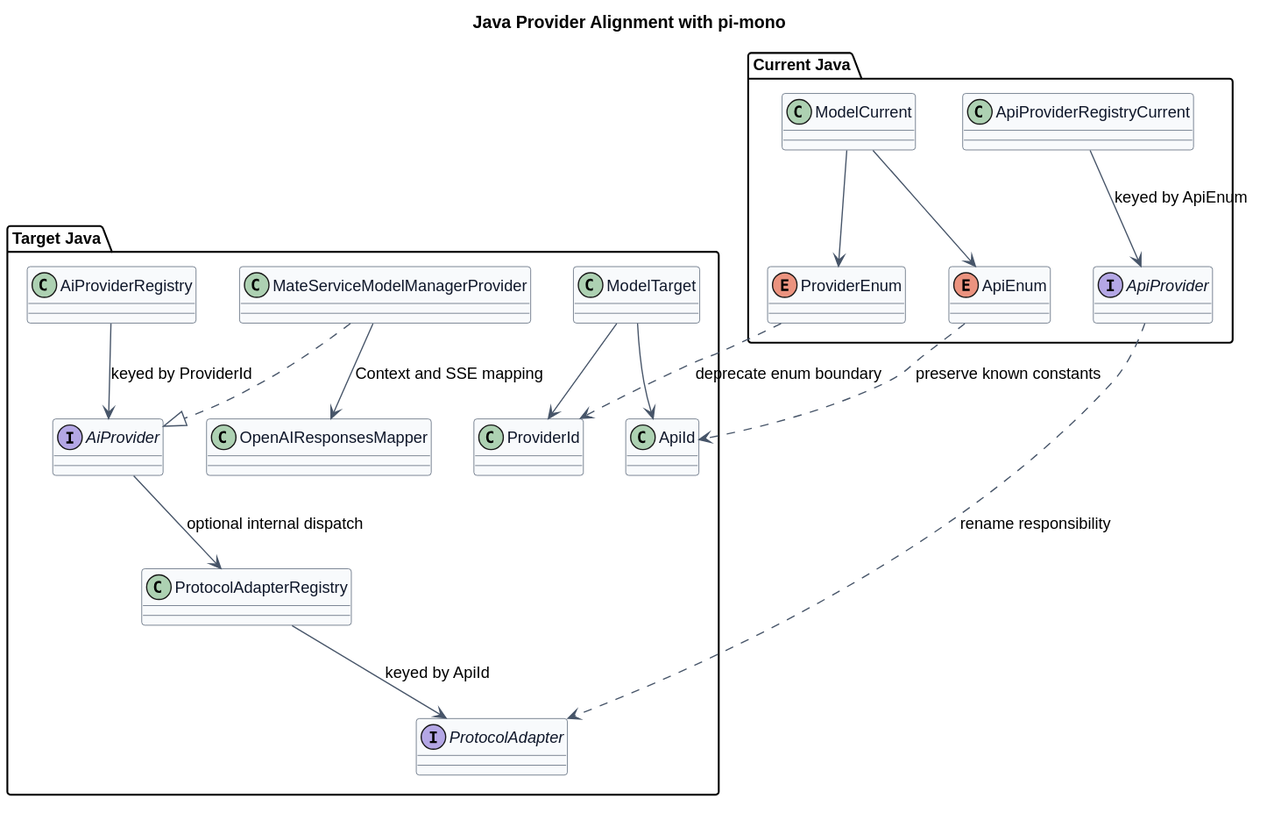
This is model-manager-provider-contract/java_provider_alignment.svg from ssm0808/pi-mono-java-design, a PlantUML export, as it was before one commit.
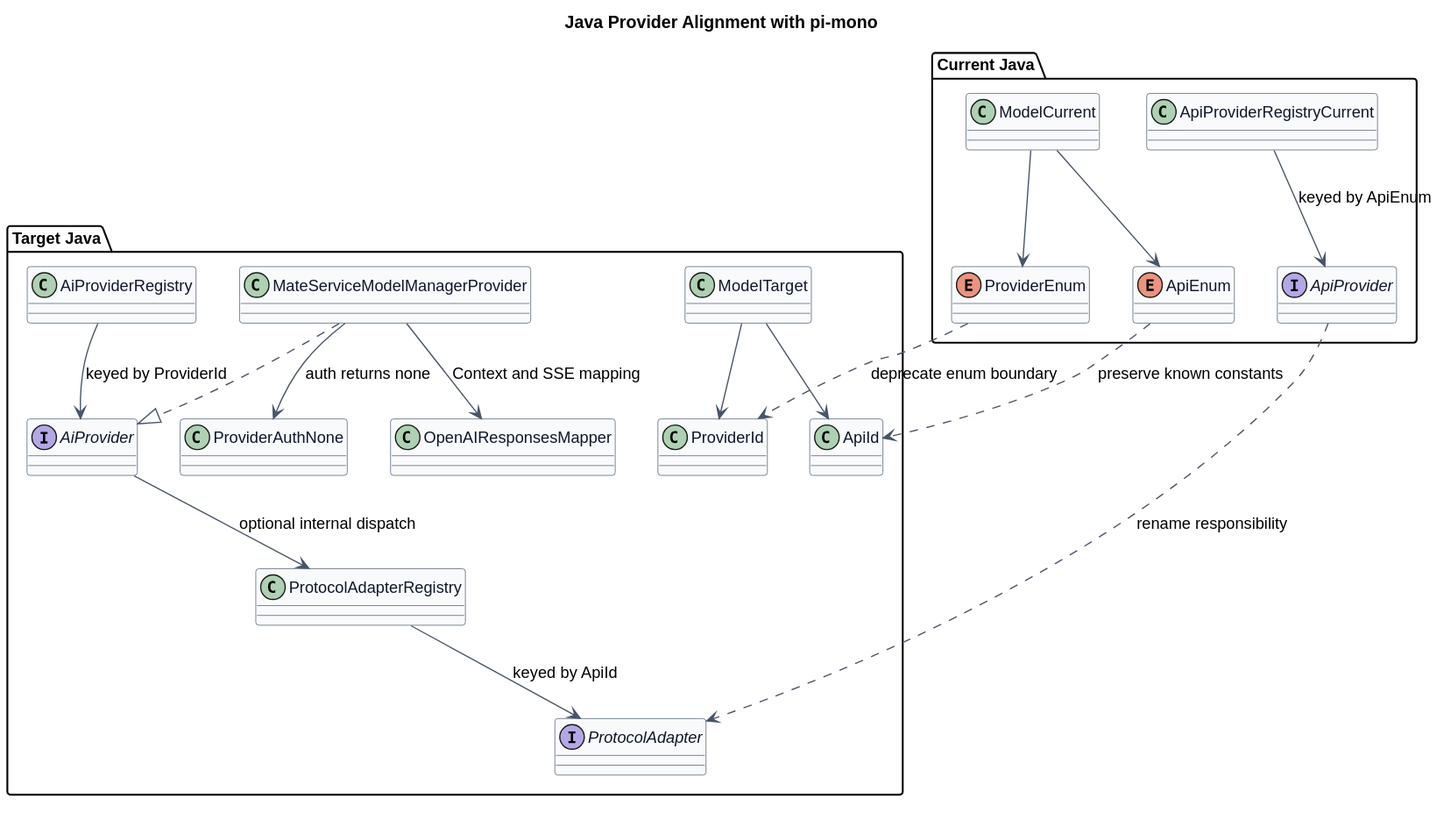
The same diagram one commit later.

Commit message:
docs(model-manager): align internal gateway no-auth contract

The edit, as a diff of the source:
```diff
@@ -32,6 +32,7 @@
   class AiProviderRegistry
   interface ProtocolAdapter
   class ProtocolAdapterRegistry
+  class ProviderAuthNone
   class MateServiceModelManagerProvider
   class OpenAIResponsesMapper
   ModelTarget --> ProviderId
@@ -40,6 +41,7 @@
   AiProvider --> ProtocolAdapterRegistry : optional internal dispatch
   ProtocolAdapterRegistry --> ProtocolAdapter : keyed by ApiId
   MateServiceModelManagerProvider ..|> AiProvider
+  MateServiceModelManagerProvider --> ProviderAuthNone : auth returns none
   MateServiceModelManagerProvider --> OpenAIResponsesMapper : Context and SSE mapping
 }
 
```
